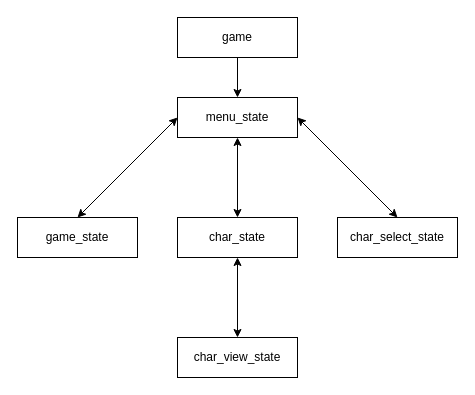
This is states.drawio from w43ck/CG, a draw.io file, before an edit. Source tidied: cells renumbered, new cells numbered last; positions are measured from the earlier drawing's top-left corner, leaving out a move shared by most shapes. Both pictures are drawn from the tidied source at 100%, with x=0, y=0 at pixel (17, 17).
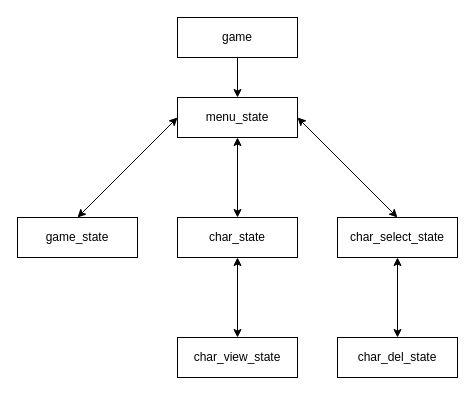
The same page after the edit.

The edit, as a diff of the source:
```diff
@@
 <mxGraphModel>
   <root>
     <mxCell id="0" />
     <mxCell id="1" parent="0" />
     <mxCell id="2" style="edgeStyle=orthogonalEdgeStyle;rounded=0;jettySize=auto;html=1;" parent="1" edge="1" source="3" target="4">
       <mxGeometry relative="1" as="geometry" />
     </mxCell>
     <mxCell id="3" value="game" style="rounded=0;whiteSpace=wrap;html=1;" parent="1" vertex="1">
       <mxGeometry x="160" width="120" height="40" as="geometry" />
     </mxCell>
     <mxCell id="4" value="menu_state" style="rounded=0;whiteSpace=wrap;html=1;" parent="1" vertex="1">
       <mxGeometry x="160" y="80" width="120" height="40" as="geometry" />
     </mxCell>
     <mxCell id="5" value="game_state" style="rounded=0;whiteSpace=wrap;html=1;" parent="1" vertex="1">
       <mxGeometry y="200" width="120" height="40" as="geometry" />
     </mxCell>
     <mxCell id="6" value="char_view_state" style="rounded=0;whiteSpace=wrap;html=1;" parent="1" vertex="1">
       <mxGeometry x="160" y="320" width="120" height="40" as="geometry" />
     </mxCell>
     <mxCell id="7" value="char_select_state" style="rounded=0;whiteSpace=wrap;html=1;" parent="1" vertex="1">
       <mxGeometry x="320" y="200" width="120" height="40" as="geometry" />
     </mxCell>
     <mxCell id="8" style="endArrow=classic;startArrow=classic;html=1;rounded=0;entryX=0.5;entryY=1;entryDx=0;entryDy=0;exitX=0.5;exitY=0;exitDx=0;exitDy=0;" parent="1" edge="1" source="11" target="4">
       <mxGeometry relative="1" as="geometry" />
     </mxCell>
     <mxCell id="9" style="endArrow=classic;startArrow=classic;html=1;rounded=0;entryX=0;entryY=0.5;entryDx=0;entryDy=0;exitX=0.5;exitY=0;exitDx=0;exitDy=0;" parent="1" edge="1" source="5" target="4">
       <mxGeometry relative="1" as="geometry" />
     </mxCell>
     <mxCell id="10" style="endArrow=classic;startArrow=classic;html=1;rounded=0;entryX=1;entryY=0.5;entryDx=0;entryDy=0;exitX=0.5;exitY=0;exitDx=0;exitDy=0;" parent="1" edge="1" source="7" target="4">
       <mxGeometry relative="1" as="geometry" />
     </mxCell>
     <mxCell id="11" value="char_state" style="rounded=0;whiteSpace=wrap;html=1;" parent="1" vertex="1">
       <mxGeometry x="160" y="200" width="120" height="40" as="geometry" />
     </mxCell>
     <mxCell id="12" style="endArrow=classic;startArrow=classic;html=1;rounded=0;entryX=0.5;entryY=1;entryDx=0;entryDy=0;exitX=0.5;exitY=0;exitDx=0;exitDy=0;" parent="1" edge="1" source="6" target="11">
       <mxGeometry relative="1" as="geometry" />
     </mxCell>
+    <mxCell id="13" value="char_del_state" style="rounded=0;whiteSpace=wrap;html=1;" parent="1" vertex="1">
+      <mxGeometry x="320" y="320" width="120" height="40" as="geometry" />
+    </mxCell>
+    <mxCell id="14" style="endArrow=classic;startArrow=classic;html=1;rounded=0;entryX=0.5;entryY=1;entryDx=0;entryDy=0;exitX=0.5;exitY=0;exitDx=0;exitDy=0;" parent="1" edge="1" source="13" target="7">
+      <mxGeometry relative="1" as="geometry" />
+    </mxCell>
   </root>
 </mxGraphModel>
```
